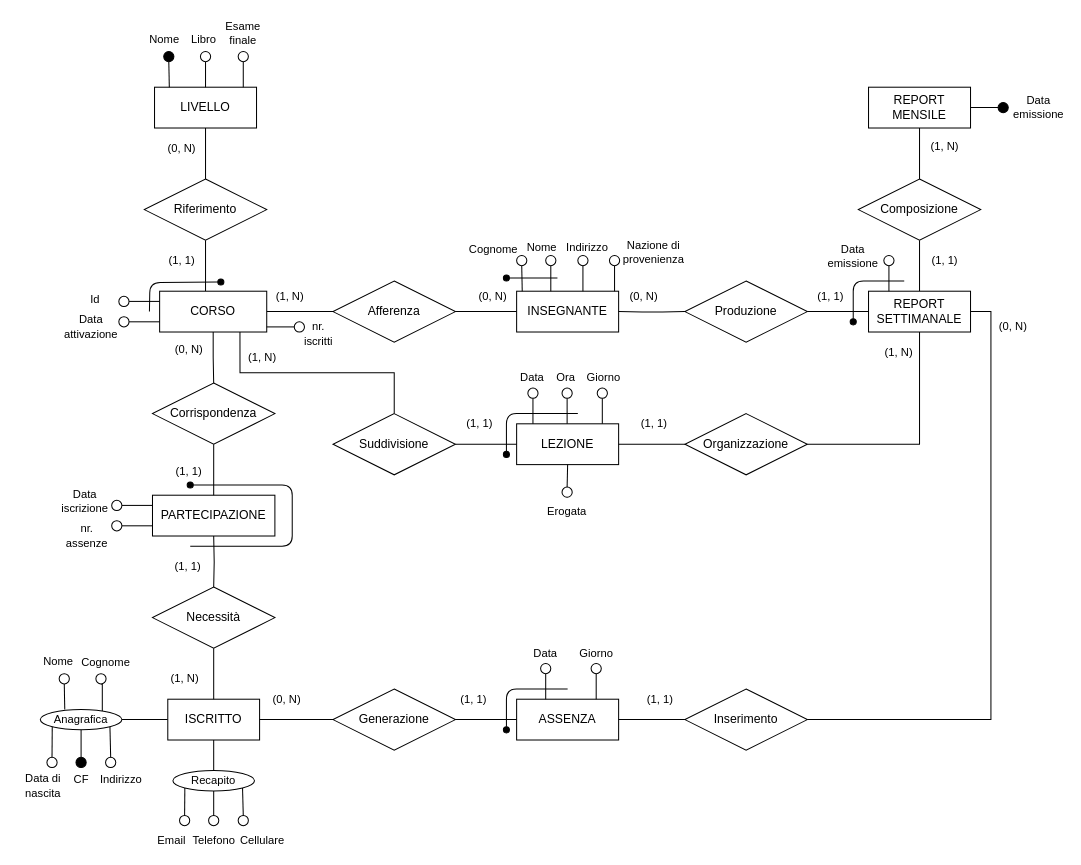
Before: progettoDB.drawio in TizianoLilli/GitExerciseLinux, a draw.io diagram. Source tidied: cells renumbered, new cells numbered last; positions are measured from the earlier drawing's top-left corner, leaving out a move shared by most shapes. Both pictures are drawn from the tidied source at 102%, with x=0, y=0 at pixel (17, 17).
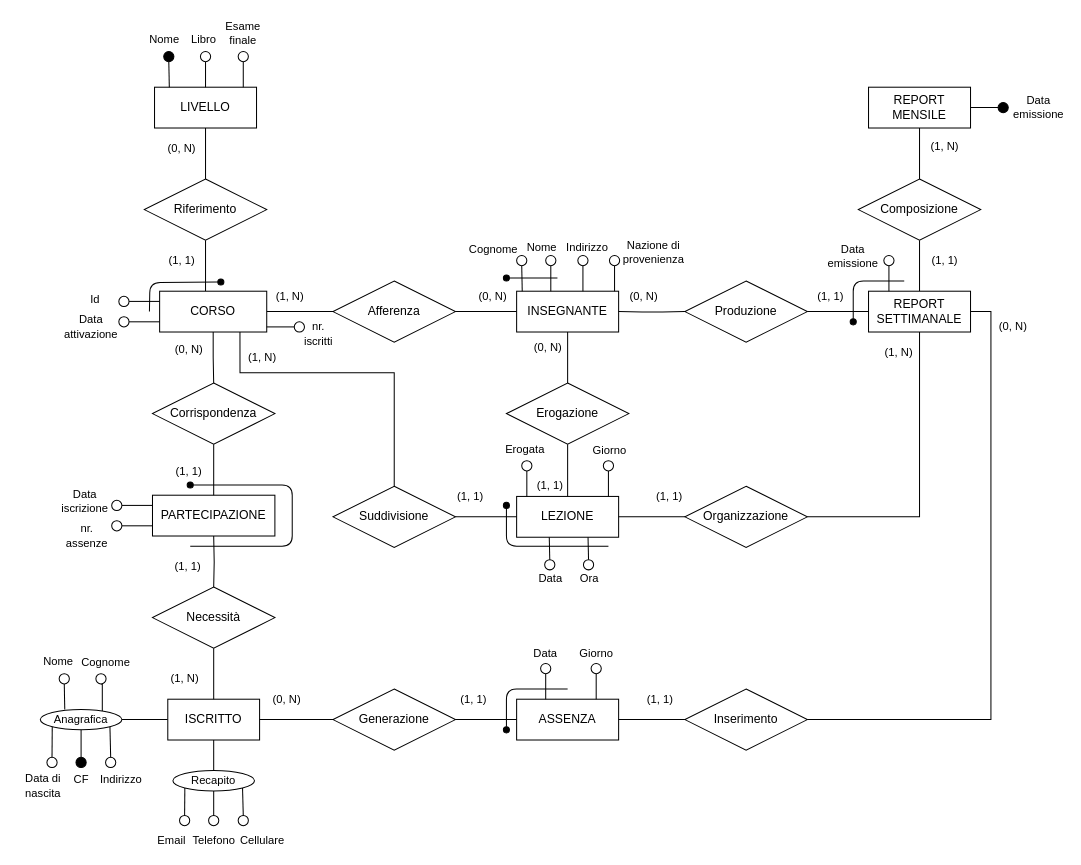
The same diagram, later.

The change refers to these unchanged cells:
```xml
<mxCell id="17" value="CORSO" style="whiteSpace=wrap;html=1;align=center;" parent="1" vertex="1">
  <mxGeometry x="139" y="268" width="105" height="40" as="geometry" />
</mxCell>
<mxCell id="19" value="INSEGNANTE" style="whiteSpace=wrap;html=1;align=center;" parent="1" vertex="1">
  <mxGeometry x="489" y="268" width="100" height="40" as="geometry" />
</mxCell>
```

Diff of the diagram source:
```diff
@@
-<mxGraphModel background="#ffffff">
+<mxGraphModel>
@@
     <mxCell id="16" style="edgeStyle=orthogonalEdgeStyle;shape=connector;curved=0;rounded=0;jettySize=auto;html=1;exitX=0.75;exitY=1;exitDx=0;exitDy=0;strokeColor=default;align=center;verticalAlign=middle;fontFamily=Helvetica;fontSize=11;fontColor=default;labelBackgroundColor=default;endArrow=none;endFill=0;" parent="1" edge="1" source="17" target="34">
-      <mxGeometry relative="1" as="geometry" />
+      <mxGeometry relative="1" as="geometry">
+        <Array as="points">
+          <mxPoint x="218" y="348" />
+          <mxPoint x="369" y="348" />
+        </Array>
+      </mxGeometry>
     </mxCell>
@@
+    <mxCell id="162" style="edgeStyle=orthogonalEdgeStyle;rounded=0;jettySize=auto;html=1;endArrow=none;endFill=0;" parent="1" edge="1" source="19" target="167">
+      <mxGeometry relative="1" as="geometry" />
+    </mxCell>
@@
+    <mxCell id="163" style="edgeStyle=orthogonalEdgeStyle;rounded=0;jettySize=auto;html=1;endArrow=none;endFill=0;" parent="1" edge="1" source="32" target="167">
+      <mxGeometry relative="1" as="geometry" />
+    </mxCell>
     <mxCell id="32" value="LEZIONE" style="whiteSpace=wrap;html=1;align=center;" parent="1" vertex="1">
-      <mxGeometry x="489" y="398" width="100" height="40" as="geometry" />
+      <mxGeometry x="489" y="469.2" width="100" height="40" as="geometry" />
     </mxCell>
@@
     <mxCell id="34" value="Suddivisione" style="shape=rhombus;perimeter=rhombusPerimeter;whiteSpace=wrap;html=1;align=center;" parent="1" vertex="1">
-      <mxGeometry x="309" y="388" width="120" height="60" as="geometry" />
+      <mxGeometry x="309" y="459.2" width="120" height="60" as="geometry" />
     </mxCell>
@@
     <mxCell id="36" value="Organizzazione" style="shape=rhombus;perimeter=rhombusPerimeter;whiteSpace=wrap;html=1;align=center;" parent="1" vertex="1">
-      <mxGeometry x="654" y="388" width="120" height="60" as="geometry" />
+      <mxGeometry x="654" y="459.2" width="120" height="60" as="geometry" />
     </mxCell>
@@
     <mxCell id="123" value="(1, 1)" style="text;html=1;whiteSpace=wrap;strokeColor=none;fillColor=none;align=center;verticalAlign=middle;rounded=0;fontFamily=Helvetica;fontSize=11;fontColor=default;labelBackgroundColor=default;" parent="1" vertex="1">
-      <mxGeometry x="609" y="388" width="30" height="20" as="geometry" />
+      <mxGeometry x="624" y="459" width="30" height="20" as="geometry" />
     </mxCell>
     <mxCell id="124" value="(1, 1)" style="text;html=1;whiteSpace=wrap;strokeColor=none;fillColor=none;align=center;verticalAlign=middle;rounded=0;fontFamily=Helvetica;fontSize=11;fontColor=default;labelBackgroundColor=default;" parent="1" vertex="1">
-      <mxGeometry x="438" y="388" width="30" height="20" as="geometry" />
+      <mxGeometry x="429" y="459.2" width="30" height="20" as="geometry" />
     </mxCell>
@@
     <mxCell id="128" style="endArrow=none;html=1;rounded=1;strokeColor=default;align=center;verticalAlign=middle;fontFamily=Helvetica;fontSize=11;fontColor=default;labelBackgroundColor=default;edgeStyle=orthogonalEdgeStyle;curved=0;startArrow=oval;startFill=1;endFill=0;" parent="1" edge="1">
       <mxGeometry relative="1" as="geometry">
-        <mxPoint x="479" y="428" as="sourcePoint" />
-        <mxPoint x="549" y="388" as="targetPoint" />
+        <mxPoint x="479" y="478" as="sourcePoint" />
+        <mxPoint x="579" y="518" as="targetPoint" />
         <Array as="points">
-          <mxPoint x="479" y="388" />
+          <mxPoint x="479" y="518" />
         </Array>
       </mxGeometry>
     </mxCell>
@@
     <mxCell id="130" value="Giorno" style="text;html=1;whiteSpace=wrap;strokeColor=none;fillColor=none;align=center;verticalAlign=middle;rounded=0;fontFamily=Helvetica;fontSize=11;fontColor=default;labelBackgroundColor=default;" parent="1" vertex="1">
-      <mxGeometry x="552" y="348" width="45" height="10" as="geometry" />
+      <mxGeometry x="558" y="419.2" width="45" height="10" as="geometry" />
     </mxCell>
     <mxCell id="131" value="Ora" style="text;html=1;whiteSpace=wrap;strokeColor=none;fillColor=none;align=center;verticalAlign=middle;rounded=0;fontFamily=Helvetica;fontSize=11;fontColor=default;labelBackgroundColor=default;" parent="1" vertex="1">
-      <mxGeometry x="521.5" y="344.5" width="31" height="17" as="geometry" />
+      <mxGeometry x="544.5" y="541.2" width="31" height="17" as="geometry" />
     </mxCell>
@@
     <mxCell id="139" style="edgeStyle=orthogonalEdgeStyle;shape=connector;curved=0;rounded=0;jettySize=auto;html=1;exitX=0.5;exitY=1;exitDx=0;exitDy=0;entryX=0.25;entryY=0;entryDx=0;entryDy=0;strokeColor=default;align=center;verticalAlign=middle;fontFamily=Helvetica;fontSize=11;fontColor=default;labelBackgroundColor=default;endArrow=none;endFill=0;" parent="1" edge="1" source="140">
       <mxGeometry relative="1" as="geometry">
-        <mxPoint x="573" y="398" as="targetPoint" />
+        <mxPoint x="579" y="469.2" as="targetPoint" />
       </mxGeometry>
     </mxCell>
     <mxCell id="140" style="ellipse;whiteSpace=wrap;html=1;rounded=1;fontFamily=Helvetica;fontSize=11;fontColor=default;labelBackgroundColor=default;fillColor=#FFFFFF;" parent="1" vertex="1">
-      <mxGeometry x="568" y="363" width="10" height="10" as="geometry" />
+      <mxGeometry x="574" y="434.2" width="10" height="10" as="geometry" />
     </mxCell>
-    <mxCell id="141" style="edgeStyle=orthogonalEdgeStyle;shape=connector;curved=0;rounded=0;jettySize=auto;html=1;exitX=0.5;exitY=1;exitDx=0;exitDy=0;entryX=0.25;entryY=0;entryDx=0;entryDy=0;strokeColor=default;align=center;verticalAlign=middle;fontFamily=Helvetica;fontSize=11;fontColor=default;labelBackgroundColor=default;endArrow=none;endFill=0;" parent="1" edge="1" source="142">
-      <mxGeometry relative="1" as="geometry">
-        <mxPoint x="538.5" y="398" as="targetPoint" />
-      </mxGeometry>
-    </mxCell>
-    <mxCell id="142" style="ellipse;whiteSpace=wrap;html=1;rounded=1;fontFamily=Helvetica;fontSize=11;fontColor=default;labelBackgroundColor=default;fillColor=#FFFFFF;" parent="1" vertex="1">
-      <mxGeometry x="533.5" y="363" width="10" height="10" as="geometry" />
-    </mxCell>
@@
     <mxCell id="152" value="Data" style="text;html=1;whiteSpace=wrap;strokeColor=none;fillColor=none;align=center;verticalAlign=middle;rounded=0;fontFamily=Helvetica;fontSize=11;fontColor=default;labelBackgroundColor=default;" parent="1" vertex="1">
-      <mxGeometry x="489" y="344.5" width="31" height="17" as="geometry" />
+      <mxGeometry x="507" y="541.2" width="31" height="17" as="geometry" />
     </mxCell>
     <mxCell id="153" style="edgeStyle=orthogonalEdgeStyle;shape=connector;curved=0;rounded=0;jettySize=auto;html=1;exitX=0.5;exitY=1;exitDx=0;exitDy=0;entryX=0.25;entryY=0;entryDx=0;entryDy=0;strokeColor=default;align=center;verticalAlign=middle;fontFamily=Helvetica;fontSize=11;fontColor=default;labelBackgroundColor=default;endArrow=none;endFill=0;" parent="1" edge="1" source="154">
       <mxGeometry relative="1" as="geometry">
-        <mxPoint x="505" y="398" as="targetPoint" />
+        <mxPoint x="499" y="469.2" as="targetPoint" />
       </mxGeometry>
     </mxCell>
     <mxCell id="154" style="ellipse;whiteSpace=wrap;html=1;rounded=1;fontFamily=Helvetica;fontSize=11;fontColor=default;labelBackgroundColor=default;fillColor=#FFFFFF;" parent="1" vertex="1">
-      <mxGeometry x="500" y="363" width="10" height="10" as="geometry" />
+      <mxGeometry x="494" y="434.2" width="10" height="10" as="geometry" />
     </mxCell>
@@
-    <mxCell id="159" style="edgeStyle=orthogonalEdgeStyle;shape=connector;rounded=0;jettySize=auto;html=1;exitX=0.5;exitY=0;exitDx=0;exitDy=0;entryX=0.5;entryY=1;entryDx=0;entryDy=0;strokeColor=default;align=center;verticalAlign=middle;fontFamily=Helvetica;fontSize=11;fontColor=default;labelBackgroundColor=default;endArrow=none;endFill=0;" parent="1" edge="1" source="160" target="32">
-      <mxGeometry relative="1" as="geometry" />
+    <mxCell id="159" style="edgeStyle=orthogonalEdgeStyle;shape=connector;rounded=0;jettySize=auto;html=1;exitX=0.5;exitY=0;exitDx=0;exitDy=0;entryX=0.5;entryY=1;entryDx=0;entryDy=0;strokeColor=default;align=center;verticalAlign=middle;fontFamily=Helvetica;fontSize=11;fontColor=default;labelBackgroundColor=default;endArrow=none;endFill=0;" parent="1" edge="1" source="160">
+      <mxGeometry relative="1" as="geometry">
+        <mxPoint x="521" y="509.2" as="targetPoint" />
+      </mxGeometry>
     </mxCell>
     <mxCell id="160" style="ellipse;whiteSpace=wrap;html=1;rounded=1;fontFamily=Helvetica;fontSize=11;fontColor=default;labelBackgroundColor=default;" parent="1" vertex="1">
-      <mxGeometry x="533.5" y="460" width="10" height="10" as="geometry" />
+      <mxGeometry x="516.5" y="531.2" width="10" height="10" as="geometry" />
     </mxCell>
     <mxCell id="161" value="Erogata" style="text;html=1;whiteSpace=wrap;strokeColor=none;fillColor=none;align=center;verticalAlign=middle;rounded=0;fontFamily=Helvetica;fontSize=11;fontColor=default;labelBackgroundColor=default;" parent="1" vertex="1">
-      <mxGeometry x="516" y="479" width="45" height="10" as="geometry" />
+      <mxGeometry x="475" y="418" width="45" height="10" as="geometry" />
     </mxCell>
+    <mxCell id="164" style="edgeStyle=orthogonalEdgeStyle;shape=connector;curved=0;rounded=0;orthogonalLoop=1;jettySize=auto;html=1;exitX=0.5;exitY=1;exitDx=0;exitDy=0;entryX=0.5;entryY=0;entryDx=0;entryDy=0;strokeColor=default;align=center;verticalAlign=middle;fontFamily=Helvetica;fontSize=11;fontColor=default;labelBackgroundColor=default;endArrow=none;endFill=0;" parent="1" edge="1" source="166" target="166">
+      <mxGeometry relative="1" as="geometry" />
+    </mxCell>
+    <mxCell id="165" style="edgeStyle=orthogonalEdgeStyle;shape=connector;rounded=0;jettySize=auto;html=1;exitX=0.5;exitY=0;exitDx=0;exitDy=0;entryX=0.5;entryY=1;entryDx=0;entryDy=0;strokeColor=default;align=center;verticalAlign=middle;fontFamily=Helvetica;fontSize=11;fontColor=default;labelBackgroundColor=default;endArrow=none;endFill=0;" parent="1" edge="1" source="166">
+      <mxGeometry relative="1" as="geometry">
+        <mxPoint x="559" y="509.2" as="targetPoint" />
+      </mxGeometry>
+    </mxCell>
+    <mxCell id="166" style="ellipse;whiteSpace=wrap;html=1;rounded=1;fontFamily=Helvetica;fontSize=11;fontColor=default;labelBackgroundColor=default;" parent="1" vertex="1">
+      <mxGeometry x="554.5" y="531.2" width="10" height="10" as="geometry" />
+    </mxCell>
+    <mxCell id="167" value="Erogazione" style="shape=rhombus;perimeter=rhombusPerimeter;whiteSpace=wrap;html=1;align=center;" parent="1" vertex="1">
+      <mxGeometry x="479" y="358" width="120" height="60" as="geometry" />
+    </mxCell>
+    <mxCell id="168" value="(0, N)" style="text;html=1;whiteSpace=wrap;strokeColor=none;fillColor=none;align=center;verticalAlign=middle;rounded=0;fontFamily=Helvetica;fontSize=11;fontColor=default;labelBackgroundColor=default;" parent="1" vertex="1">
+      <mxGeometry x="505" y="313" width="30" height="20" as="geometry" />
+    </mxCell>
+    <mxCell id="169" value="(1, 1)" style="text;html=1;whiteSpace=wrap;strokeColor=none;fillColor=none;align=center;verticalAlign=middle;rounded=0;fontFamily=Helvetica;fontSize=11;fontColor=default;labelBackgroundColor=default;" parent="1" vertex="1">
+      <mxGeometry x="507" y="448" width="30" height="20" as="geometry" />
+    </mxCell>
```
